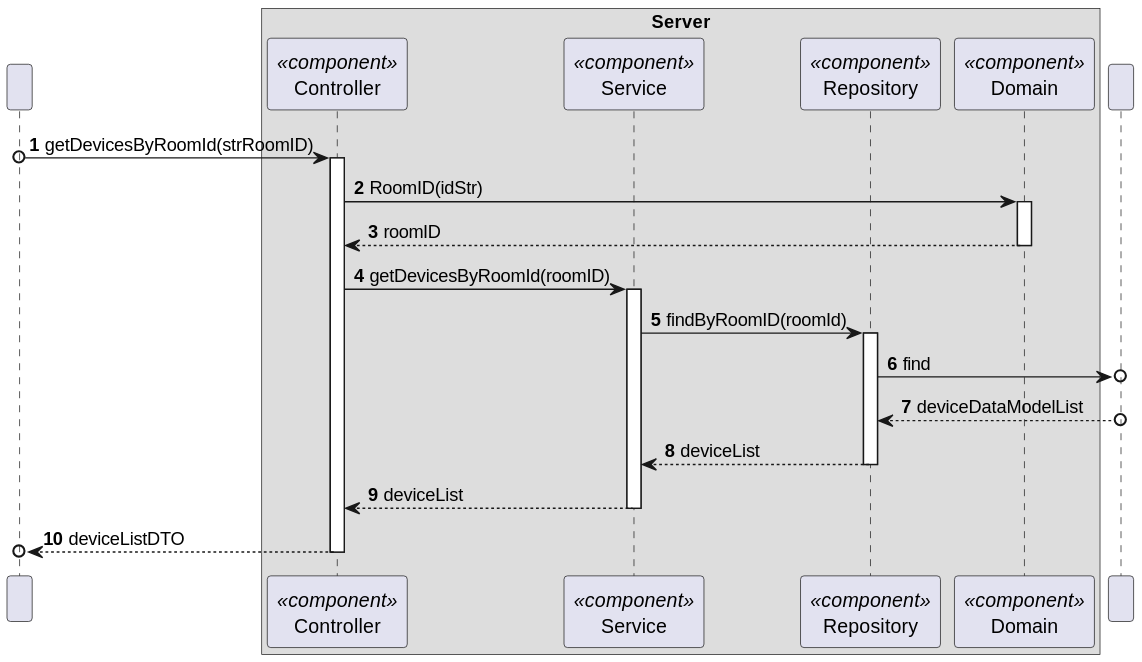
moutajDev/smarthome keeps this PlantUML diagram as docs/C4_4plus1_models/Level4/ProcessView/ProcessViewLevel4_UC06_v1.svg. Above is the earlier version.
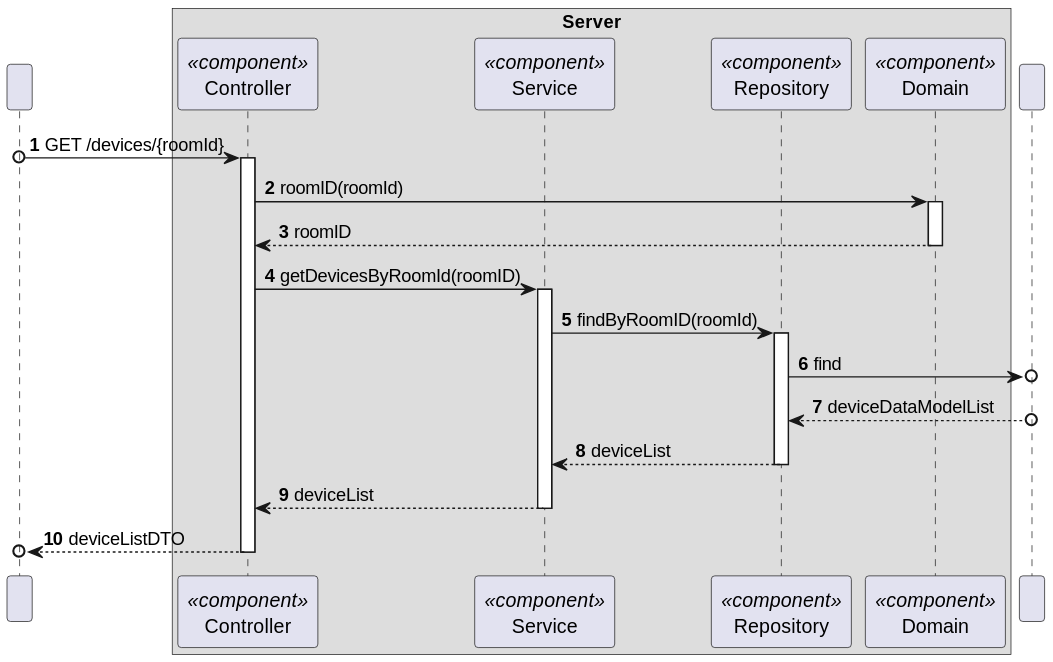
Later version of the same file.

The edit, as a diff of the source:
```diff
@@ -16,10 +16,10 @@
 participant " " as BD
 
 
-HTTP o-> CTRL : getDevicesByRoomId(strRoomID)
+HTTP o-> CTRL : GET /devices/{roomId}
 activate CTRL
 
-CTRL -> DOM : RoomID(idStr)
+CTRL -> DOM : roomID(roomId)
 activate DOM
 
 DOM --> CTRL : roomID
```
